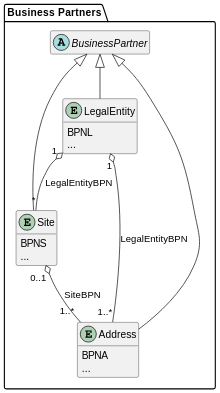
catenax-eV/catenax-ev.github.io keeps this PlantUML diagram as docs/standards/CX-0012-BusinessPartnerDataPoolAPI/assets/diagrams/class/business-partner.svg. Above is the earlier version. The source it was exported from:
```plantuml
@startuml
skinparam dpi 50

package "Business Partners" {
  entity LegalEntity {
    BPNL
    ...
  }

  entity Site {
    BPNS
    ...
  }

  entity Address {
    BPNA
    ...
  }

  abstract class BusinessPartner {}

  LegalEntity -u-|> BusinessPartner
  Site -u-|> BusinessPartner
  Address -u-|> BusinessPartner

  Site "*" -u-o "1" LegalEntity : LegalEntityBPN
  Address "1..*" -u-o "1" LegalEntity : LegalEntityBPN
  Address "1..*" -u-o "0..1" Site: SiteBPN
}

hide methods
hide BusinessPartner members
@enduml
```
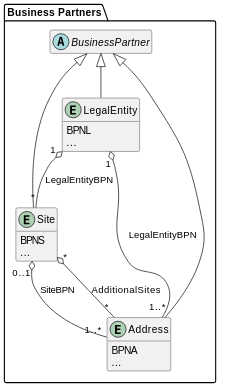
After the change.

Change to the diagram source:
```diff
@@ -26,6 +26,7 @@
   Site "*" -u-o "1" LegalEntity : LegalEntityBPN
   Address "1..*" -u-o "1" LegalEntity : LegalEntityBPN
   Address "1..*" -u-o "0..1" Site: SiteBPN
+  Address "*" -u-o "*" Site : AdditionalSites
 }
 
 hide methods
```
